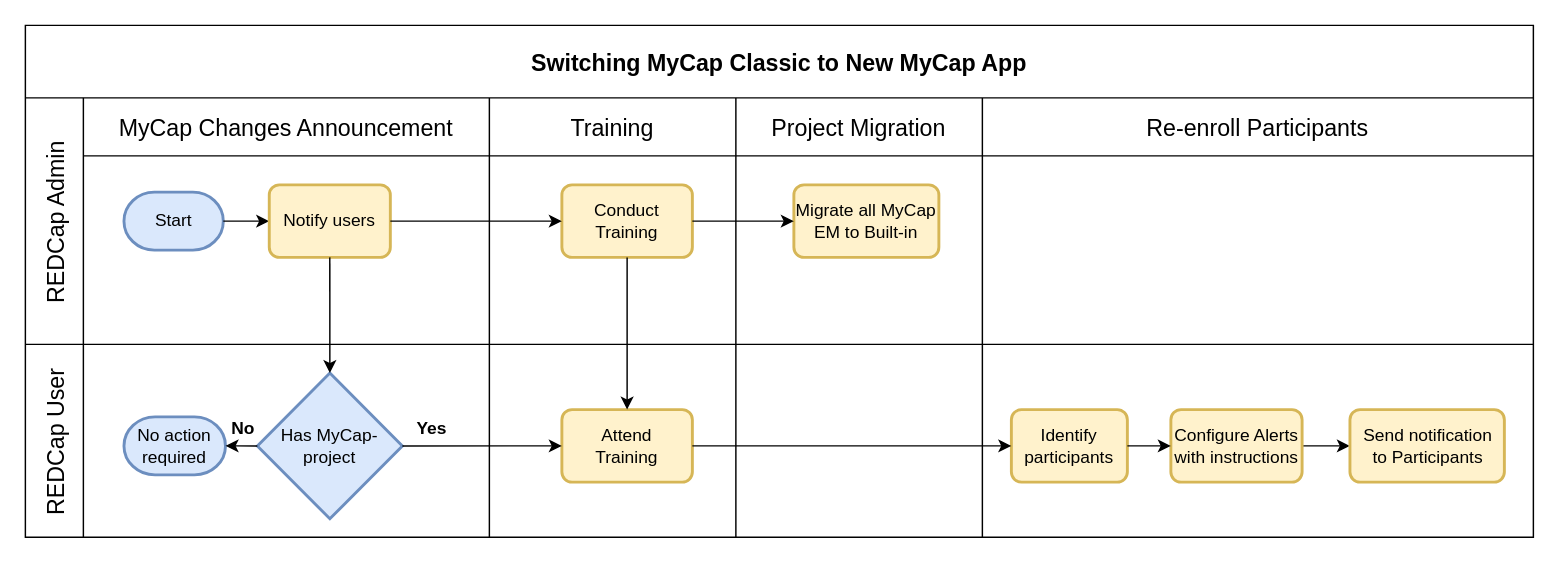
This is mycap.drawio from cnsp/MyCap-Migration-Workflow, a draw.io file, before an edit. Source tidied: cells renumbered, new cells numbered last; positions are measured from the earlier drawing's top-left corner, leaving out a move shared by most shapes. Both pictures are drawn from the tidied source at 145%, with x=0, y=0 at pixel (25, 25).
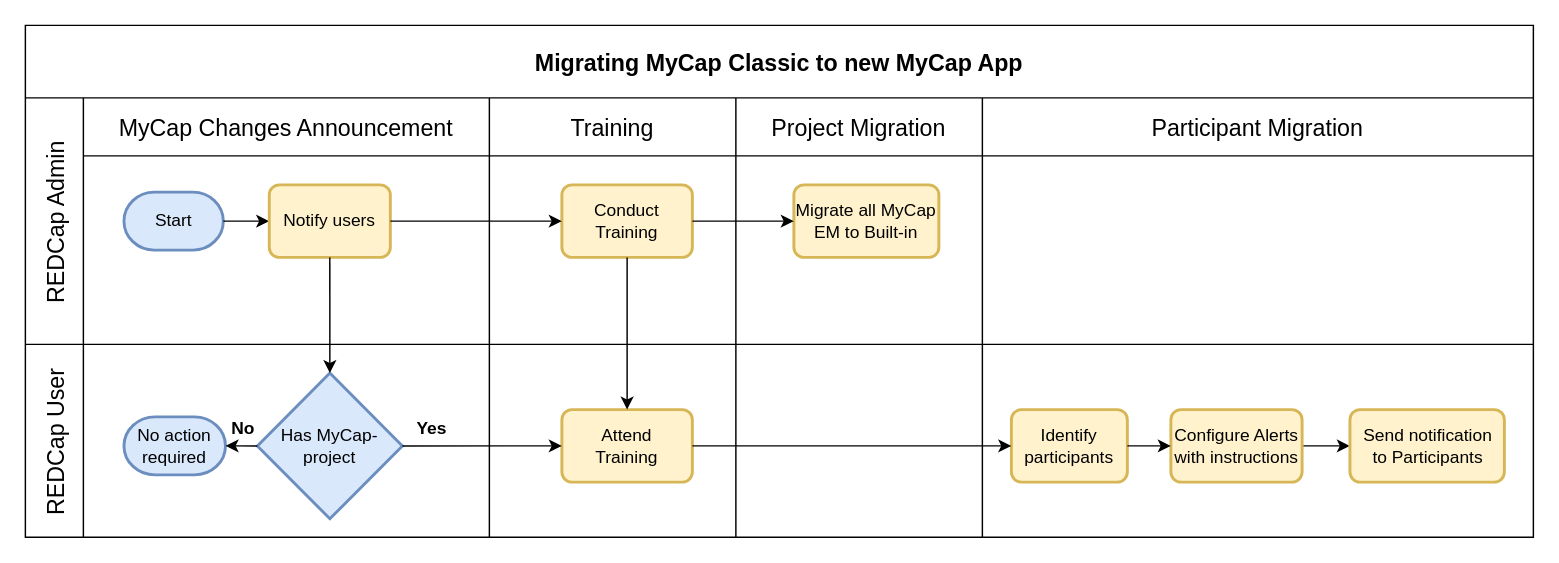
The same diagram, later.

The change refers to these unchanged cells:
```xml
<mxCell id="3" value="REDCap Admin" style="shape=tableRow;horizontal=0;swimlaneHead=0;swimlaneBody=0;top=0;left=0;strokeColor=inherit;bottom=0;right=0;fontStyle=0;fillColor=none;startSize=40;fontSize=16;" parent="2" vertex="1">
  <mxGeometry y="50" width="1040" height="170" as="geometry" />
</mxCell>
```

What changed in the source:
```diff
@@
-    <mxCell id="2" value="Switching MyCap Classic to New MyCap App" style="shape=table;childLayout=tableLayout;startSize=50;fontSize=16;fontStyle=1;" parent="1" vertex="1">
+    <mxCell id="2" value="Migrating MyCap Classic to new MyCap App" style="shape=table;childLayout=tableLayout;startSize=50;fontSize=16;fontStyle=1;" parent="1" vertex="1">
       <mxGeometry width="1040" height="353" as="geometry" />
     </mxCell>
@@
-    <mxCell id="12" value="Re-enroll Participants" style="swimlane;swimlaneHead=0;swimlaneBody=0;fontStyle=0;strokeColor=inherit;fillColor=none;startSize=40;fontSize=16;" parent="3" vertex="1">
+    <mxCell id="12" value="Participant Migration" style="swimlane;swimlaneHead=0;swimlaneBody=0;fontStyle=0;strokeColor=inherit;fillColor=none;startSize=40;fontSize=16;" parent="3" vertex="1">
       <mxGeometry x="660" width="380" height="170" as="geometry" />
     </mxCell>
```
